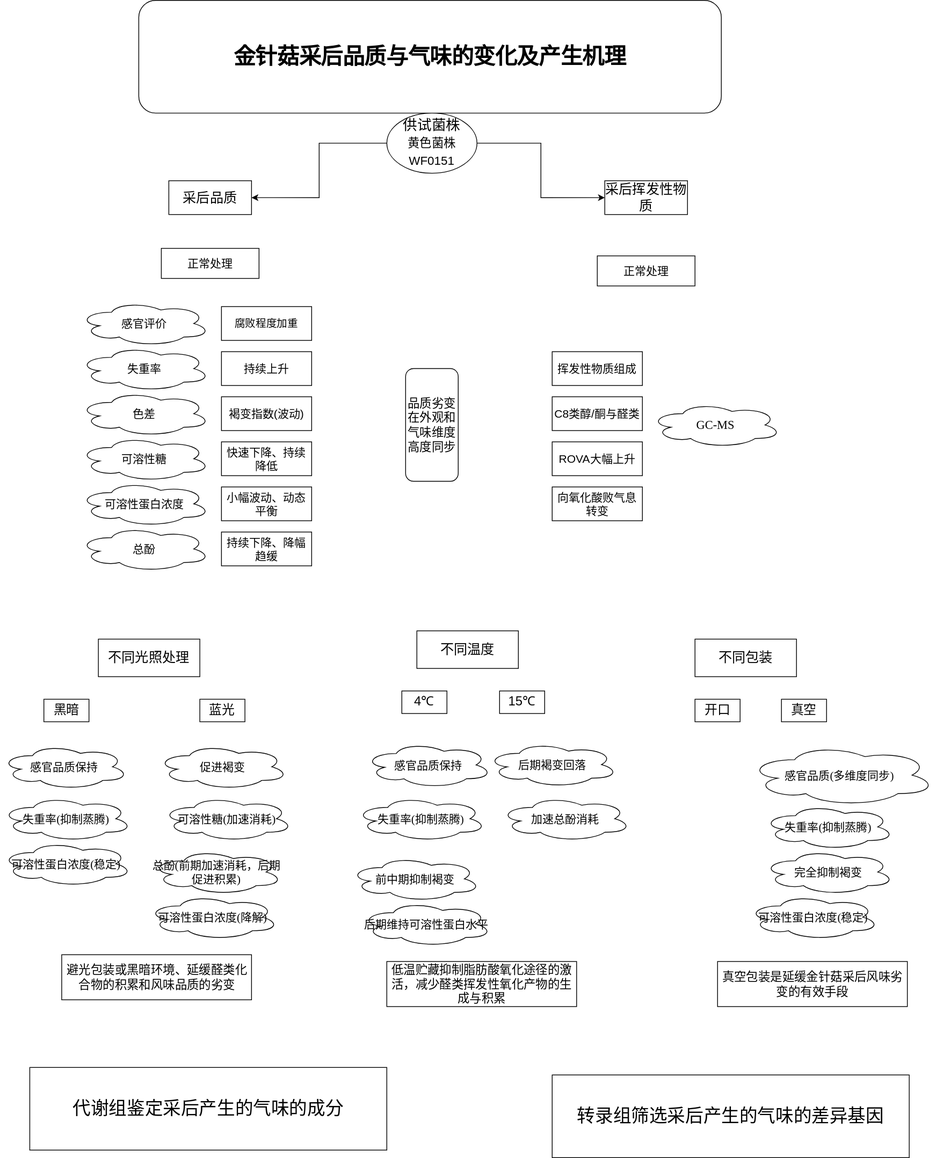
This is BBBY.svg from Darling-02-02/study, a draw.io export, as it was before one commit. Source tidied: cells renumbered, new cells last; positions are measured from the earlier drawing's top-left corner, leaving out a move shared by most shapes.
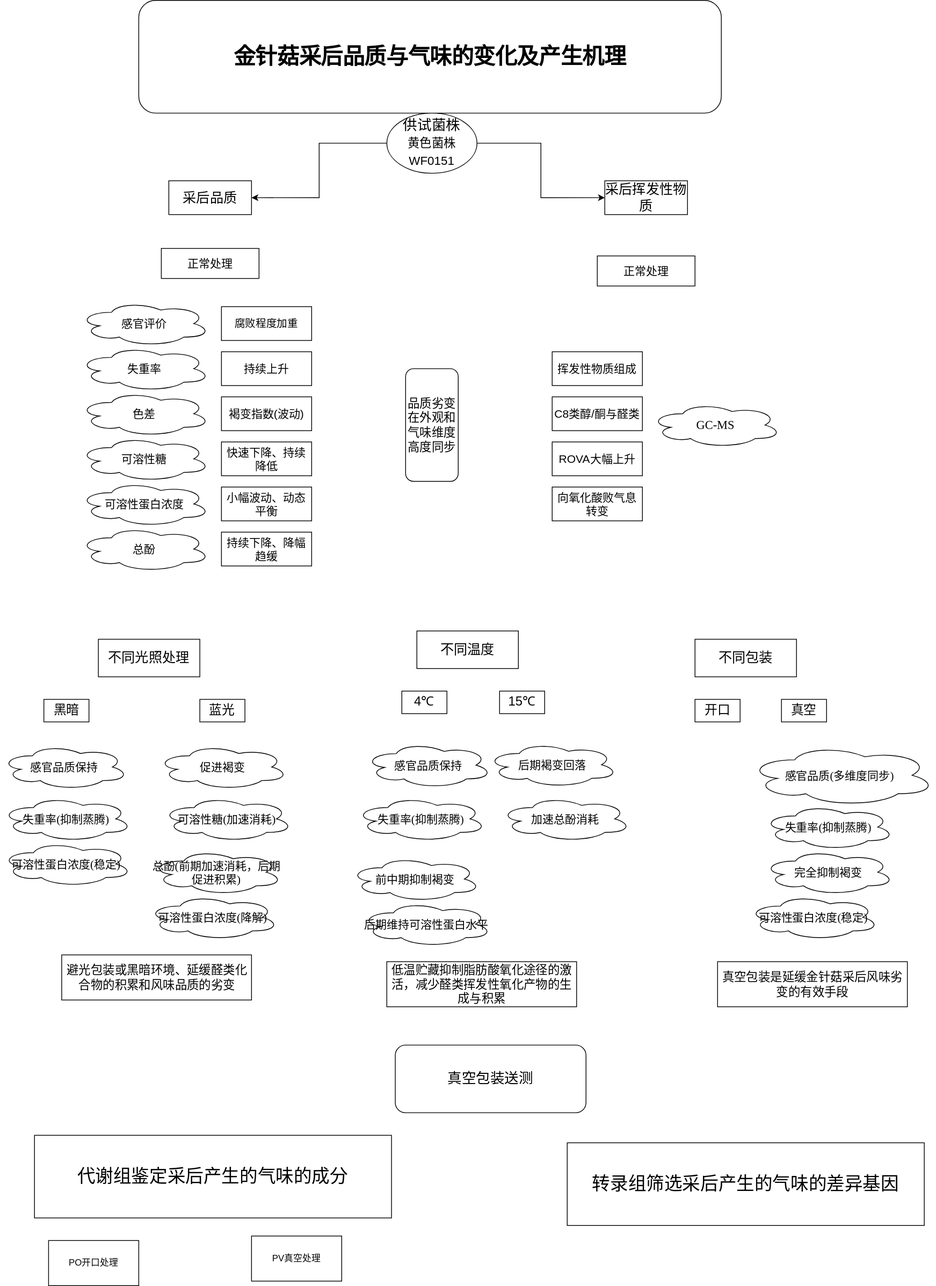
The same file after the commit.

What changed in the source:
```diff
@@ -21,7 +21,7 @@
       <mxGeometry x="514" y="150" width="120" height="80" as="geometry" />
     </mxCell>
     <mxCell id="8" value="&lt;font style=&quot;font-size: 24px;&quot;&gt;转录组筛选采后产生的气味的差异基因&lt;/font&gt;" style="rounded=0;whiteSpace=wrap;html=1;" parent="1" vertex="1">
-      <mxGeometry x="734" y="1430" width="475" height="110" as="geometry" />
+      <mxGeometry x="754" y="1520" width="475" height="110" as="geometry" />
     </mxCell>
     <mxCell id="9" value="&lt;font style=&quot;font-size: 15px;&quot;&gt;持续下降、降幅趋缓&lt;/font&gt;" style="rounded=0;whiteSpace=wrap;html=1;" parent="1" vertex="1">
       <mxGeometry x="294" y="707.5" width="120" height="45" as="geometry" />
@@ -126,7 +126,7 @@
       <mxGeometry x="0.2" y="1119" width="175" height="60" as="geometry" />
     </mxCell>
     <mxCell id="42" value="&lt;span style=&quot;font-size: 24px;&quot;&gt;代谢组鉴定采后产生的气味的成分&lt;/span&gt;" style="rounded=0;whiteSpace=wrap;html=1;" parent="1" vertex="1">
-      <mxGeometry x="39" y="1420" width="475" height="110" as="geometry" />
+      <mxGeometry x="45.2" y="1510" width="475" height="110" as="geometry" />
     </mxCell>
     <mxCell id="43" value="&lt;span style=&quot;font-size: 12pt; font-family: 宋体;&quot;&gt;&lt;font style=&quot;color: light-dark(rgb(0, 0, 0), rgb(255, 150, 150));&quot;&gt;避光包装或黑暗环境、&lt;/font&gt;&lt;/span&gt;&lt;span style=&quot;font-size:12.0pt;font-family:宋体;&amp;lt;br/&amp;gt;mso-ascii-theme-font:minor-fareast;mso-fareast-theme-font:minor-fareast;&amp;lt;br/&amp;gt;mso-hansi-theme-font:minor-fareast;mso-bidi-font-family:&amp;quot;Times New Roman&amp;quot;;&amp;lt;br/&amp;gt;mso-font-kerning:1.0pt;mso-ansi-language:EN-US;mso-fareast-language:ZH-CN;&amp;lt;br/&amp;gt;mso-bidi-language:AR-SA&quot;&gt;延缓醛类化合物的积累和&lt;/span&gt;&lt;span style=&quot;font-size:12.0pt;font-family:宋体;&lt;br/&gt;mso-ascii-theme-font:minor-fareast;mso-fareast-theme-font:minor-fareast;&lt;br/&gt;mso-hansi-theme-font:minor-fareast;mso-bidi-font-family:&amp;quot;Times New Roman&amp;quot;;&lt;br/&gt;mso-font-kerning:1.0pt;mso-ansi-language:EN-US;mso-fareast-language:ZH-CN;&lt;br/&gt;mso-bidi-language:AR-SA&quot;&gt;风味品质的劣变&lt;/span&gt;" style="rounded=0;whiteSpace=wrap;html=1;" parent="1" vertex="1">
       <mxGeometry x="81.5" y="1270" width="252.5" height="60" as="geometry" />
@@ -179,5 +179,14 @@
     <mxCell id="59" value="&lt;font face=&quot;宋体&quot;&gt;&lt;span style=&quot;font-size: 16px;&quot;&gt;真空包装是延缓金针菇采后风味劣变的有效手段&lt;/span&gt;&lt;/font&gt;" style="rounded=0;whiteSpace=wrap;html=1;" parent="1" vertex="1">
       <mxGeometry x="954" y="1279" width="252.5" height="60" as="geometry" />
     </mxCell>
+    <mxCell id="60" value="&lt;font style=&quot;font-size: 19px;&quot;&gt;真空包装送测&lt;/font&gt;" style="rounded=1;whiteSpace=wrap;html=1;" parent="1" vertex="1">
+      <mxGeometry x="525.2" y="1390" width="253.8" height="90" as="geometry" />
+    </mxCell>
+    <mxCell id="61" value="PO开口处理" style="rounded=0;whiteSpace=wrap;html=1;" parent="1" vertex="1">
+      <mxGeometry x="64" y="1650" width="120" height="60" as="geometry" />
+    </mxCell>
+    <mxCell id="62" value="PV真空处理" style="rounded=0;whiteSpace=wrap;html=1;" parent="1" vertex="1">
+      <mxGeometry x="334" y="1644" width="120" height="60" as="geometry" />
+    </mxCell>
   </root>
 </mxGraphModel>
```
